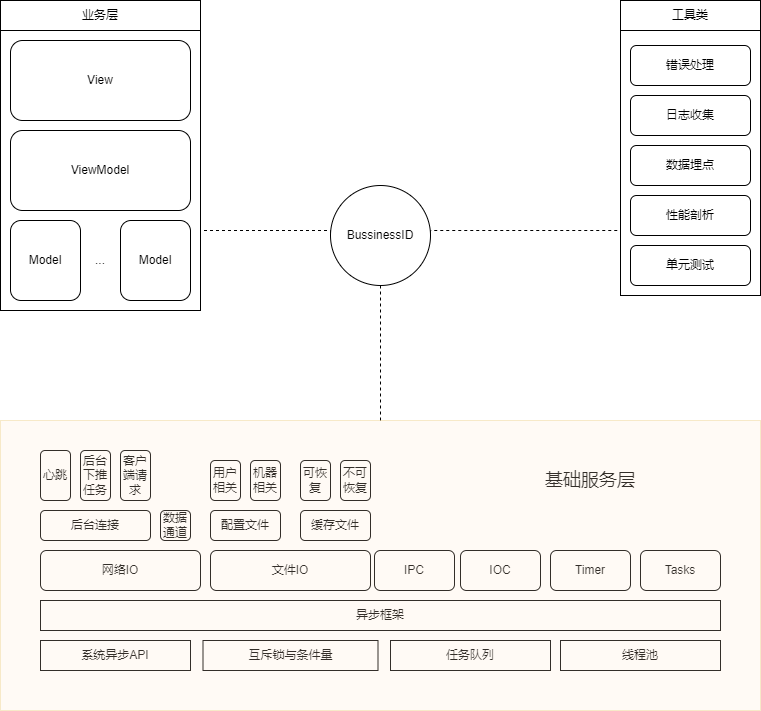
Before: images/framework.png, a diagram exported from draw.io (mrbeardad/SeeCheatSheets). Source tidied: cells renumbered, new cells last; positions are measured from the earlier drawing's top-left corner, leaving out a move shared by most shapes. The source it was exported from:
```xml
<mxGraphModel>
  <root>
    <mxCell id="0" />
    <mxCell id="1" parent="0" />
    <mxCell id="2" style="edgeStyle=orthogonalEdgeStyle;rounded=0;jettySize=auto;html=1;exitX=0;exitY=0.75;exitDx=0;exitDy=0;entryX=1;entryY=0.5;entryDx=0;entryDy=0;dashed=1;endArrow=none;endFill=0;" parent="1" edge="1" source="3" target="32">
      <mxGeometry relative="1" as="geometry">
        <Array as="points">
          <mxPoint x="620" y="230" />
          <mxPoint x="430" y="230" />
        </Array>
      </mxGeometry>
    </mxCell>
    <mxCell id="3" style="rounded=0;whiteSpace=wrap;html=1;" parent="1" vertex="1">
      <mxGeometry x="620" width="140" height="295" as="geometry" />
    </mxCell>
    <mxCell id="4" value="异步框架" style="rounded=0;whiteSpace=wrap;html=1;" parent="1" vertex="1">
      <mxGeometry x="40" y="600" width="680" height="30" as="geometry" />
    </mxCell>
    <mxCell id="5" value="网络IO" style="rounded=1;whiteSpace=wrap;html=1;" parent="1" vertex="1">
      <mxGeometry x="40" y="550" width="160" height="40" as="geometry" />
    </mxCell>
    <mxCell id="6" value="文件IO" style="rounded=1;whiteSpace=wrap;html=1;" parent="1" vertex="1">
      <mxGeometry x="210" y="550" width="160" height="40" as="geometry" />
    </mxCell>
    <mxCell id="7" value="IPC" style="rounded=1;whiteSpace=wrap;html=1;" parent="1" vertex="1">
      <mxGeometry x="374" y="550" width="80" height="40" as="geometry" />
    </mxCell>
    <mxCell id="8" value="IOC" style="rounded=1;whiteSpace=wrap;html=1;" parent="1" vertex="1">
      <mxGeometry x="460" y="550" width="80" height="40" as="geometry" />
    </mxCell>
    <mxCell id="9" value="Timer" style="rounded=1;whiteSpace=wrap;html=1;" parent="1" vertex="1">
      <mxGeometry x="550" y="550" width="80" height="40" as="geometry" />
    </mxCell>
    <mxCell id="10" value="Tasks" style="rounded=1;whiteSpace=wrap;html=1;" parent="1" vertex="1">
      <mxGeometry x="640" y="550" width="80" height="40" as="geometry" />
    </mxCell>
    <mxCell id="11" value="心跳" style="whiteSpace=wrap;html=1;rounded=1;" parent="1" vertex="1">
      <mxGeometry x="40" y="450" width="30" height="50" as="geometry" />
    </mxCell>
    <mxCell id="12" value="后台连接" style="whiteSpace=wrap;html=1;rounded=1;" parent="1" vertex="1">
      <mxGeometry x="40" y="510" width="110" height="30" as="geometry" />
    </mxCell>
    <mxCell id="13" value="配置文件" style="whiteSpace=wrap;html=1;rounded=1;" parent="1" vertex="1">
      <mxGeometry x="210" y="510" width="70" height="30" as="geometry" />
    </mxCell>
    <mxCell id="14" value="缓存文件" style="whiteSpace=wrap;html=1;rounded=1;" parent="1" vertex="1">
      <mxGeometry x="300" y="510" width="70" height="30" as="geometry" />
    </mxCell>
    <mxCell id="15" value="用户相关" style="whiteSpace=wrap;html=1;rounded=1;" parent="1" vertex="1">
      <mxGeometry x="210" y="460" width="30" height="40" as="geometry" />
    </mxCell>
    <mxCell id="16" value="机器相关" style="whiteSpace=wrap;html=1;rounded=1;" parent="1" vertex="1">
      <mxGeometry x="250" y="460" width="30" height="40" as="geometry" />
    </mxCell>
    <mxCell id="17" value="可恢复" style="whiteSpace=wrap;html=1;rounded=1;" parent="1" vertex="1">
      <mxGeometry x="300" y="460" width="30" height="40" as="geometry" />
    </mxCell>
    <mxCell id="18" value="不可恢复" style="whiteSpace=wrap;html=1;rounded=1;" parent="1" vertex="1">
      <mxGeometry x="340" y="460" width="30" height="40" as="geometry" />
    </mxCell>
    <mxCell id="19" value="任务队列" style="whiteSpace=wrap;html=1;" parent="1" vertex="1">
      <mxGeometry x="390" y="640" width="160" height="30" as="geometry" />
    </mxCell>
    <mxCell id="20" value="线程池" style="whiteSpace=wrap;html=1;" parent="1" vertex="1">
      <mxGeometry x="560" y="640" width="160" height="30" as="geometry" />
    </mxCell>
    <mxCell id="21" value="系统异步API" style="whiteSpace=wrap;html=1;" parent="1" vertex="1">
      <mxGeometry x="40" y="640" width="150" height="30" as="geometry" />
    </mxCell>
    <mxCell id="22" value="互斥锁与条件量" style="whiteSpace=wrap;html=1;" parent="1" vertex="1">
      <mxGeometry x="202.5" y="640" width="175" height="30" as="geometry" />
    </mxCell>
    <mxCell id="23" style="edgeStyle=orthogonalEdgeStyle;rounded=0;jettySize=auto;html=1;exitX=0.5;exitY=0;exitDx=0;exitDy=0;entryX=0.5;entryY=1;entryDx=0;entryDy=0;dashed=1;endArrow=none;endFill=0;" parent="1" edge="1" source="43" target="32">
      <mxGeometry relative="1" as="geometry" />
    </mxCell>
    <mxCell id="24" style="edgeStyle=orthogonalEdgeStyle;rounded=0;jettySize=auto;html=1;exitX=1;exitY=0.75;exitDx=0;exitDy=0;entryX=0;entryY=0.5;entryDx=0;entryDy=0;endArrow=none;endFill=0;dashed=1;" parent="1" edge="1" source="25" target="32">
      <mxGeometry relative="1" as="geometry">
        <Array as="points">
          <mxPoint x="200" y="230" />
          <mxPoint x="330" y="230" />
        </Array>
      </mxGeometry>
    </mxCell>
    <mxCell id="25" style="rounded=0;whiteSpace=wrap;html=1;align=left;" parent="1" vertex="1">
      <mxGeometry width="200" height="310" as="geometry" />
    </mxCell>
    <mxCell id="26" value="View" style="rounded=1;whiteSpace=wrap;html=1;" parent="1" vertex="1">
      <mxGeometry x="10" y="40" width="180" height="80" as="geometry" />
    </mxCell>
    <mxCell id="27" value="ViewModel" style="rounded=1;whiteSpace=wrap;html=1;" parent="1" vertex="1">
      <mxGeometry x="10" y="130" width="180" height="80" as="geometry" />
    </mxCell>
    <mxCell id="28" value="Model" style="rounded=1;whiteSpace=wrap;html=1;" parent="1" vertex="1">
      <mxGeometry x="10" y="220" width="70" height="80" as="geometry" />
    </mxCell>
    <mxCell id="29" value="Model" style="rounded=1;whiteSpace=wrap;html=1;" parent="1" vertex="1">
      <mxGeometry x="120" y="220" width="70" height="80" as="geometry" />
    </mxCell>
    <mxCell id="30" value="..." style="text;html=1;strokeColor=none;fillColor=none;align=center;verticalAlign=middle;whiteSpace=wrap;rounded=0;" parent="1" vertex="1">
      <mxGeometry x="80" y="245" width="40" height="30" as="geometry" />
    </mxCell>
    <mxCell id="31" value="业务层" style="rounded=0;whiteSpace=wrap;html=1;" parent="1" vertex="1">
      <mxGeometry width="200" height="30" as="geometry" />
    </mxCell>
    <mxCell id="32" value="BussinessID" style="ellipse;whiteSpace=wrap;html=1;" parent="1" vertex="1">
      <mxGeometry x="330" y="185" width="100" height="100" as="geometry" />
    </mxCell>
    <mxCell id="33" value="错误处理" style="rounded=1;whiteSpace=wrap;html=1;" parent="1" vertex="1">
      <mxGeometry x="630" y="45" width="120" height="40" as="geometry" />
    </mxCell>
    <mxCell id="34" value="日志收集" style="rounded=1;whiteSpace=wrap;html=1;" parent="1" vertex="1">
      <mxGeometry x="630" y="95" width="120" height="40" as="geometry" />
    </mxCell>
    <mxCell id="35" value="数据埋点" style="rounded=1;whiteSpace=wrap;html=1;" parent="1" vertex="1">
      <mxGeometry x="630" y="145" width="120" height="40" as="geometry" />
    </mxCell>
    <mxCell id="36" value="单元测试" style="rounded=1;whiteSpace=wrap;html=1;" parent="1" vertex="1">
      <mxGeometry x="630" y="245" width="120" height="40" as="geometry" />
    </mxCell>
    <mxCell id="37" value="性能剖析" style="rounded=1;whiteSpace=wrap;html=1;" parent="1" vertex="1">
      <mxGeometry x="630" y="195" width="120" height="40" as="geometry" />
    </mxCell>
    <mxCell id="38" value="后台下推任务" style="whiteSpace=wrap;html=1;rounded=1;" parent="1" vertex="1">
      <mxGeometry x="80" y="450" width="30" height="50" as="geometry" />
    </mxCell>
    <mxCell id="39" value="客户端请求" style="whiteSpace=wrap;html=1;rounded=1;" parent="1" vertex="1">
      <mxGeometry x="120" y="450" width="30" height="50" as="geometry" />
    </mxCell>
    <mxCell id="40" value="数据通道" style="whiteSpace=wrap;html=1;rounded=1;" parent="1" vertex="1">
      <mxGeometry x="160" y="510" width="30" height="30" as="geometry" />
    </mxCell>
    <mxCell id="41" value="工具类" style="rounded=0;whiteSpace=wrap;html=1;" parent="1" vertex="1">
      <mxGeometry x="620" width="140" height="30" as="geometry" />
    </mxCell>
    <mxCell id="42" value="&lt;font style=&quot;font-size: 18px;&quot;&gt;基础服务层&lt;/font&gt;" style="text;html=1;strokeColor=none;fillColor=none;align=center;verticalAlign=middle;whiteSpace=wrap;rounded=0;" parent="1" vertex="1">
      <mxGeometry x="540" y="465" width="100" height="30" as="geometry" />
    </mxCell>
    <mxCell id="43" style="rounded=0;whiteSpace=wrap;html=1;fillColor=#ffe6cc;strokeColor=#d79b00;opacity=20;" parent="1" vertex="1">
      <mxGeometry y="420" width="760" height="290" as="geometry" />
    </mxCell>
  </root>
</mxGraphModel>
```
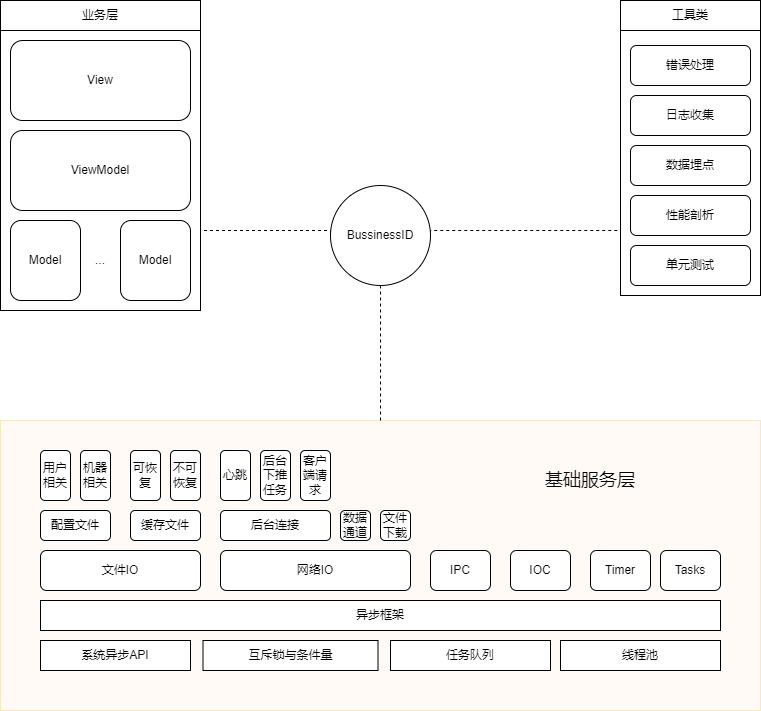
The same diagram one commit later.

Change to the diagram source:
```diff
@@ -2,6 +2,9 @@
   <root>
     <mxCell id="0" />
     <mxCell id="1" parent="0" />
+    <mxCell id="43" style="rounded=0;whiteSpace=wrap;html=1;fillColor=#ffe6cc;strokeColor=#d79b00;opacity=20;" parent="1" vertex="1">
+      <mxGeometry y="420" width="760" height="290" as="geometry" />
+    </mxCell>
     <mxCell id="2" style="edgeStyle=orthogonalEdgeStyle;rounded=0;jettySize=auto;html=1;exitX=0;exitY=0.75;exitDx=0;exitDy=0;entryX=1;entryY=0.5;entryDx=0;entryDy=0;dashed=1;endArrow=none;endFill=0;" parent="1" edge="1" source="3" target="32">
       <mxGeometry relative="1" as="geometry">
         <Array as="points">
@@ -17,46 +20,46 @@
       <mxGeometry x="40" y="600" width="680" height="30" as="geometry" />
     </mxCell>
     <mxCell id="5" value="网络IO" style="rounded=1;whiteSpace=wrap;html=1;" parent="1" vertex="1">
-      <mxGeometry x="40" y="550" width="160" height="40" as="geometry" />
+      <mxGeometry x="220" y="550" width="190" height="40" as="geometry" />
     </mxCell>
     <mxCell id="6" value="文件IO" style="rounded=1;whiteSpace=wrap;html=1;" parent="1" vertex="1">
-      <mxGeometry x="210" y="550" width="160" height="40" as="geometry" />
+      <mxGeometry x="40" y="550" width="160" height="40" as="geometry" />
     </mxCell>
     <mxCell id="7" value="IPC" style="rounded=1;whiteSpace=wrap;html=1;" parent="1" vertex="1">
-      <mxGeometry x="374" y="550" width="80" height="40" as="geometry" />
+      <mxGeometry x="430" y="550" width="60" height="40" as="geometry" />
     </mxCell>
     <mxCell id="8" value="IOC" style="rounded=1;whiteSpace=wrap;html=1;" parent="1" vertex="1">
-      <mxGeometry x="460" y="550" width="80" height="40" as="geometry" />
+      <mxGeometry x="510" y="550" width="60" height="40" as="geometry" />
     </mxCell>
     <mxCell id="9" value="Timer" style="rounded=1;whiteSpace=wrap;html=1;" parent="1" vertex="1">
-      <mxGeometry x="550" y="550" width="80" height="40" as="geometry" />
+      <mxGeometry x="590" y="550" width="60" height="40" as="geometry" />
     </mxCell>
     <mxCell id="10" value="Tasks" style="rounded=1;whiteSpace=wrap;html=1;" parent="1" vertex="1">
-      <mxGeometry x="640" y="550" width="80" height="40" as="geometry" />
+      <mxGeometry x="660" y="550" width="60" height="40" as="geometry" />
     </mxCell>
     <mxCell id="11" value="心跳" style="whiteSpace=wrap;html=1;rounded=1;" parent="1" vertex="1">
-      <mxGeometry x="40" y="450" width="30" height="50" as="geometry" />
+      <mxGeometry x="220" y="450" width="30" height="50" as="geometry" />
     </mxCell>
     <mxCell id="12" value="后台连接" style="whiteSpace=wrap;html=1;rounded=1;" parent="1" vertex="1">
-      <mxGeometry x="40" y="510" width="110" height="30" as="geometry" />
+      <mxGeometry x="220" y="510" width="110" height="30" as="geometry" />
     </mxCell>
     <mxCell id="13" value="配置文件" style="whiteSpace=wrap;html=1;rounded=1;" parent="1" vertex="1">
-      <mxGeometry x="210" y="510" width="70" height="30" as="geometry" />
+      <mxGeometry x="40" y="510" width="70" height="30" as="geometry" />
     </mxCell>
     <mxCell id="14" value="缓存文件" style="whiteSpace=wrap;html=1;rounded=1;" parent="1" vertex="1">
-      <mxGeometry x="300" y="510" width="70" height="30" as="geometry" />
+      <mxGeometry x="130" y="510" width="70" height="30" as="geometry" />
     </mxCell>
     <mxCell id="15" value="用户相关" style="whiteSpace=wrap;html=1;rounded=1;" parent="1" vertex="1">
-      <mxGeometry x="210" y="460" width="30" height="40" as="geometry" />
+      <mxGeometry x="40" y="450" width="30" height="50" as="geometry" />
     </mxCell>
     <mxCell id="16" value="机器相关" style="whiteSpace=wrap;html=1;rounded=1;" parent="1" vertex="1">
-      <mxGeometry x="250" y="460" width="30" height="40" as="geometry" />
+      <mxGeometry x="80" y="450" width="30" height="50" as="geometry" />
     </mxCell>
     <mxCell id="17" value="可恢复" style="whiteSpace=wrap;html=1;rounded=1;" parent="1" vertex="1">
-      <mxGeometry x="300" y="460" width="30" height="40" as="geometry" />
+      <mxGeometry x="130" y="450" width="30" height="50" as="geometry" />
     </mxCell>
     <mxCell id="18" value="不可恢复" style="whiteSpace=wrap;html=1;rounded=1;" parent="1" vertex="1">
-      <mxGeometry x="340" y="460" width="30" height="40" as="geometry" />
+      <mxGeometry x="170" y="450" width="30" height="50" as="geometry" />
     </mxCell>
     <mxCell id="19" value="任务队列" style="whiteSpace=wrap;html=1;" parent="1" vertex="1">
       <mxGeometry x="390" y="640" width="160" height="30" as="geometry" />
@@ -121,13 +124,13 @@
       <mxGeometry x="630" y="195" width="120" height="40" as="geometry" />
     </mxCell>
     <mxCell id="38" value="后台下推任务" style="whiteSpace=wrap;html=1;rounded=1;" parent="1" vertex="1">
-      <mxGeometry x="80" y="450" width="30" height="50" as="geometry" />
+      <mxGeometry x="260" y="450" width="30" height="50" as="geometry" />
     </mxCell>
     <mxCell id="39" value="客户端请求" style="whiteSpace=wrap;html=1;rounded=1;" parent="1" vertex="1">
-      <mxGeometry x="120" y="450" width="30" height="50" as="geometry" />
+      <mxGeometry x="300" y="450" width="30" height="50" as="geometry" />
     </mxCell>
     <mxCell id="40" value="数据通道" style="whiteSpace=wrap;html=1;rounded=1;" parent="1" vertex="1">
-      <mxGeometry x="160" y="510" width="30" height="30" as="geometry" />
+      <mxGeometry x="340" y="510" width="30" height="30" as="geometry" />
     </mxCell>
     <mxCell id="41" value="工具类" style="rounded=0;whiteSpace=wrap;html=1;" parent="1" vertex="1">
       <mxGeometry x="620" width="140" height="30" as="geometry" />
@@ -135,8 +138,8 @@
     <mxCell id="42" value="&lt;font style=&quot;font-size: 18px;&quot;&gt;基础服务层&lt;/font&gt;" style="text;html=1;strokeColor=none;fillColor=none;align=center;verticalAlign=middle;whiteSpace=wrap;rounded=0;" parent="1" vertex="1">
       <mxGeometry x="540" y="465" width="100" height="30" as="geometry" />
     </mxCell>
-    <mxCell id="43" style="rounded=0;whiteSpace=wrap;html=1;fillColor=#ffe6cc;strokeColor=#d79b00;opacity=20;" parent="1" vertex="1">
-      <mxGeometry y="420" width="760" height="290" as="geometry" />
-    </mxCell>
+    <mxCell id="44" value="文件下载" style="whiteSpace=wrap;html=1;rounded=1;" parent="1" vertex="1">
+      <mxGeometry x="380" y="510" width="30" height="30" as="geometry" />
+    </mxCell>
   </root>
 </mxGraphModel>
```
